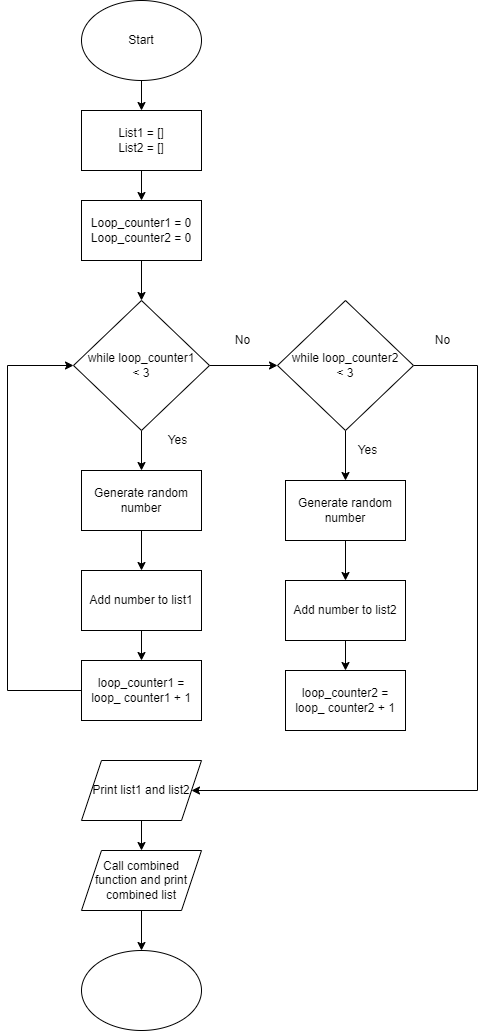
The draw.io diagram fcmain.png in Andrew-Ten-Den/ICS3U-Assignments-7-Python, before a commit. Source tidied: cells renumbered, new cells last; positions are measured from the earlier drawing's top-left corner, leaving out a move shared by most shapes. Source of this version:
```xml
<mxGraphModel>
  <root>
    <mxCell id="0" />
    <mxCell id="1" parent="0" />
    <mxCell id="2" style="edgeStyle=none;html=1;entryX=0.5;entryY=0;entryDx=0;entryDy=0;" parent="1" edge="1" source="3" target="5">
      <mxGeometry relative="1" as="geometry" />
    </mxCell>
    <mxCell id="3" value="Start" style="ellipse;whiteSpace=wrap;html=1;" parent="1" vertex="1">
      <mxGeometry x="74" width="120" height="80" as="geometry" />
    </mxCell>
    <mxCell id="4" style="edgeStyle=none;html=1;" parent="1" edge="1" source="5" target="7">
      <mxGeometry relative="1" as="geometry" />
    </mxCell>
    <mxCell id="5" value="List1 = []&lt;br&gt;List2 = []" style="rounded=0;whiteSpace=wrap;html=1;" parent="1" vertex="1">
      <mxGeometry x="74" y="110" width="120" height="60" as="geometry" />
    </mxCell>
    <mxCell id="6" style="edgeStyle=none;html=1;entryX=0.5;entryY=0;entryDx=0;entryDy=0;" parent="1" edge="1" source="7" target="10">
      <mxGeometry relative="1" as="geometry" />
    </mxCell>
    <mxCell id="7" value="Loop_counter1 = 0&lt;br&gt;Loop_counter2 = 0" style="rounded=0;whiteSpace=wrap;html=1;" parent="1" vertex="1">
      <mxGeometry x="74" y="200" width="120" height="60" as="geometry" />
    </mxCell>
    <mxCell id="8" style="edgeStyle=none;html=1;" parent="1" edge="1" source="10" target="12">
      <mxGeometry relative="1" as="geometry" />
    </mxCell>
    <mxCell id="9" style="edgeStyle=none;rounded=0;html=1;entryX=0;entryY=0.5;entryDx=0;entryDy=0;" parent="1" edge="1" source="10" target="19">
      <mxGeometry relative="1" as="geometry" />
    </mxCell>
    <mxCell id="10" value="while loop_counter1&lt;br&gt;&amp;lt; 3" style="rhombus;whiteSpace=wrap;html=1;" parent="1" vertex="1">
      <mxGeometry x="66" y="300" width="136" height="130" as="geometry" />
    </mxCell>
    <mxCell id="11" style="edgeStyle=none;html=1;" parent="1" edge="1" source="12" target="14">
      <mxGeometry relative="1" as="geometry" />
    </mxCell>
    <mxCell id="12" value="Generate random number" style="rounded=0;whiteSpace=wrap;html=1;" parent="1" vertex="1">
      <mxGeometry x="74" y="470" width="120" height="60" as="geometry" />
    </mxCell>
    <mxCell id="13" style="edgeStyle=none;html=1;" parent="1" edge="1" source="14" target="16">
      <mxGeometry relative="1" as="geometry" />
    </mxCell>
    <mxCell id="14" value="Add number to list1" style="rounded=0;whiteSpace=wrap;html=1;" parent="1" vertex="1">
      <mxGeometry x="74" y="570" width="120" height="60" as="geometry" />
    </mxCell>
    <mxCell id="15" style="edgeStyle=none;html=1;entryX=0;entryY=0.5;entryDx=0;entryDy=0;rounded=0;" parent="1" edge="1" source="16" target="10">
      <mxGeometry relative="1" as="geometry">
        <Array as="points">
          <mxPoint y="690" />
          <mxPoint y="365" />
        </Array>
      </mxGeometry>
    </mxCell>
    <mxCell id="16" value="loop_counter1 = loop_ counter1 + 1" style="rounded=0;whiteSpace=wrap;html=1;" parent="1" vertex="1">
      <mxGeometry x="74" y="660" width="120" height="60" as="geometry" />
    </mxCell>
    <mxCell id="17" style="edgeStyle=none;rounded=0;html=1;" parent="1" edge="1" source="19" target="21">
      <mxGeometry relative="1" as="geometry" />
    </mxCell>
    <mxCell id="18" style="edgeStyle=none;rounded=0;html=1;entryX=1;entryY=0.5;entryDx=0;entryDy=0;" parent="1" edge="1" source="19" target="30">
      <mxGeometry relative="1" as="geometry">
        <Array as="points">
          <mxPoint x="470" y="365" />
          <mxPoint x="470" y="790" />
        </Array>
      </mxGeometry>
    </mxCell>
    <mxCell id="19" value="while loop_counter2&lt;br&gt;&amp;lt; 3" style="rhombus;whiteSpace=wrap;html=1;" parent="1" vertex="1">
      <mxGeometry x="270" y="300" width="136" height="130" as="geometry" />
    </mxCell>
    <mxCell id="20" style="edgeStyle=none;rounded=0;html=1;" parent="1" edge="1" source="21" target="23">
      <mxGeometry relative="1" as="geometry" />
    </mxCell>
    <mxCell id="21" value="Generate random number" style="rounded=0;whiteSpace=wrap;html=1;" parent="1" vertex="1">
      <mxGeometry x="278" y="480" width="120" height="60" as="geometry" />
    </mxCell>
    <mxCell id="22" style="edgeStyle=none;rounded=0;html=1;entryX=0.5;entryY=0;entryDx=0;entryDy=0;" parent="1" edge="1" source="23" target="24">
      <mxGeometry relative="1" as="geometry" />
    </mxCell>
    <mxCell id="23" value="Add number to list2" style="rounded=0;whiteSpace=wrap;html=1;" parent="1" vertex="1">
      <mxGeometry x="278" y="580" width="120" height="60" as="geometry" />
    </mxCell>
    <mxCell id="24" value="loop_counter2 = loop_ counter2 + 1" style="rounded=0;whiteSpace=wrap;html=1;" parent="1" vertex="1">
      <mxGeometry x="278" y="670" width="120" height="60" as="geometry" />
    </mxCell>
    <mxCell id="25" value="Yes" style="text;html=1;align=center;verticalAlign=middle;strokeColor=none;fillColor=none;" parent="1" vertex="1">
      <mxGeometry x="150" y="430" width="40" height="20" as="geometry" />
    </mxCell>
    <mxCell id="26" value="No" style="text;html=1;align=center;verticalAlign=middle;strokeColor=none;fillColor=none;" parent="1" vertex="1">
      <mxGeometry x="220" y="330" width="30" height="20" as="geometry" />
    </mxCell>
    <mxCell id="27" value="Yes" style="text;html=1;align=center;verticalAlign=middle;strokeColor=none;fillColor=none;" parent="1" vertex="1">
      <mxGeometry x="340" y="440" width="40" height="20" as="geometry" />
    </mxCell>
    <mxCell id="28" value="No" style="text;html=1;align=center;verticalAlign=middle;strokeColor=none;fillColor=none;" parent="1" vertex="1">
      <mxGeometry x="420" y="330" width="30" height="20" as="geometry" />
    </mxCell>
    <mxCell id="29" style="edgeStyle=none;rounded=0;html=1;entryX=0.5;entryY=0;entryDx=0;entryDy=0;" parent="1" edge="1" source="30" target="32">
      <mxGeometry relative="1" as="geometry" />
    </mxCell>
    <mxCell id="30" value="Print list1 and list2" style="shape=parallelogram;perimeter=parallelogramPerimeter;whiteSpace=wrap;html=1;fixedSize=1;" parent="1" vertex="1">
      <mxGeometry x="74" y="760" width="120" height="60" as="geometry" />
    </mxCell>
    <mxCell id="31" style="edgeStyle=none;rounded=0;html=1;entryX=0.5;entryY=0;entryDx=0;entryDy=0;" parent="1" edge="1" source="32" target="33">
      <mxGeometry relative="1" as="geometry" />
    </mxCell>
    <mxCell id="32" value="Call combined function and print combined list" style="shape=parallelogram;perimeter=parallelogramPerimeter;whiteSpace=wrap;html=1;fixedSize=1;" parent="1" vertex="1">
      <mxGeometry x="74" y="850" width="120" height="60" as="geometry" />
    </mxCell>
    <mxCell id="33" style="ellipse;whiteSpace=wrap;html=1;" parent="1" vertex="1">
      <mxGeometry x="74" y="950" width="120" height="80" as="geometry" />
    </mxCell>
  </root>
</mxGraphModel>
```
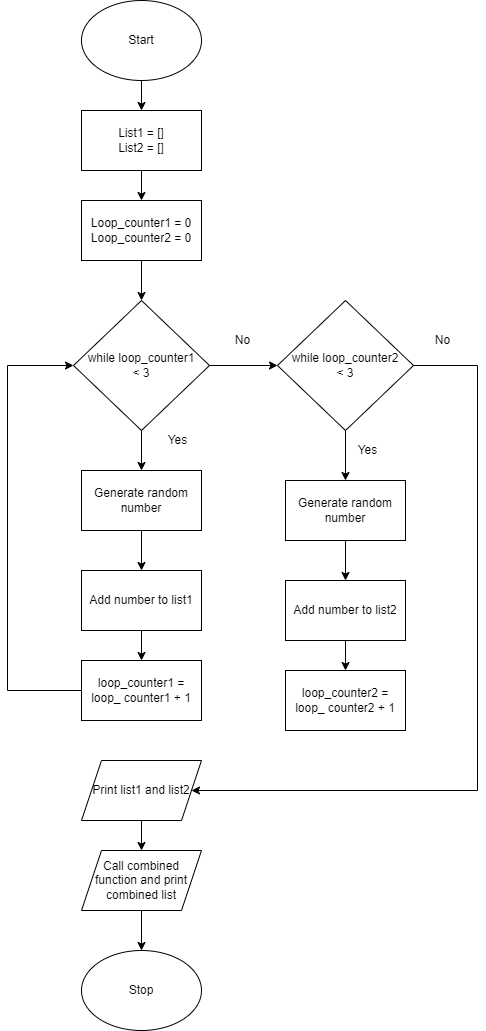
The same file after the commit.

Diff of the diagram source:
```diff
@@ -105,7 +105,7 @@
     <mxCell id="32" value="Call combined function and print combined list" style="shape=parallelogram;perimeter=parallelogramPerimeter;whiteSpace=wrap;html=1;fixedSize=1;" parent="1" vertex="1">
       <mxGeometry x="74" y="850" width="120" height="60" as="geometry" />
     </mxCell>
-    <mxCell id="33" style="ellipse;whiteSpace=wrap;html=1;" parent="1" vertex="1">
+    <mxCell id="33" value="Stop" style="ellipse;whiteSpace=wrap;html=1;" parent="1" vertex="1">
       <mxGeometry x="74" y="950" width="120" height="80" as="geometry" />
     </mxCell>
   </root>
```
